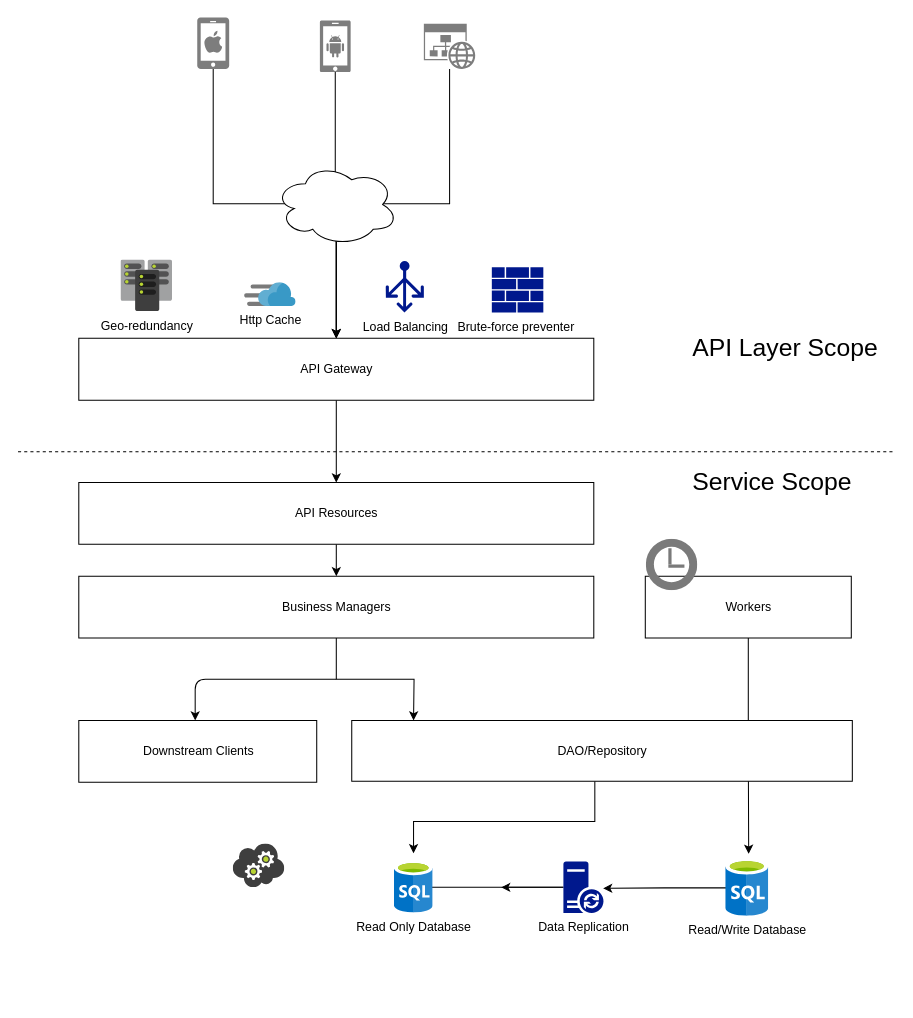
The draw.io diagram Untitled Diagram.drawio in minaasamaan/exchange-rate-service, before the edit. Source tidied: cells renumbered, new cells numbered last; positions are measured from the earlier drawing's top-left corner, leaving out a move shared by most shapes. Both pictures are drawn from the tidied source at 103%, with x=0, y=0 at pixel (18, 16).
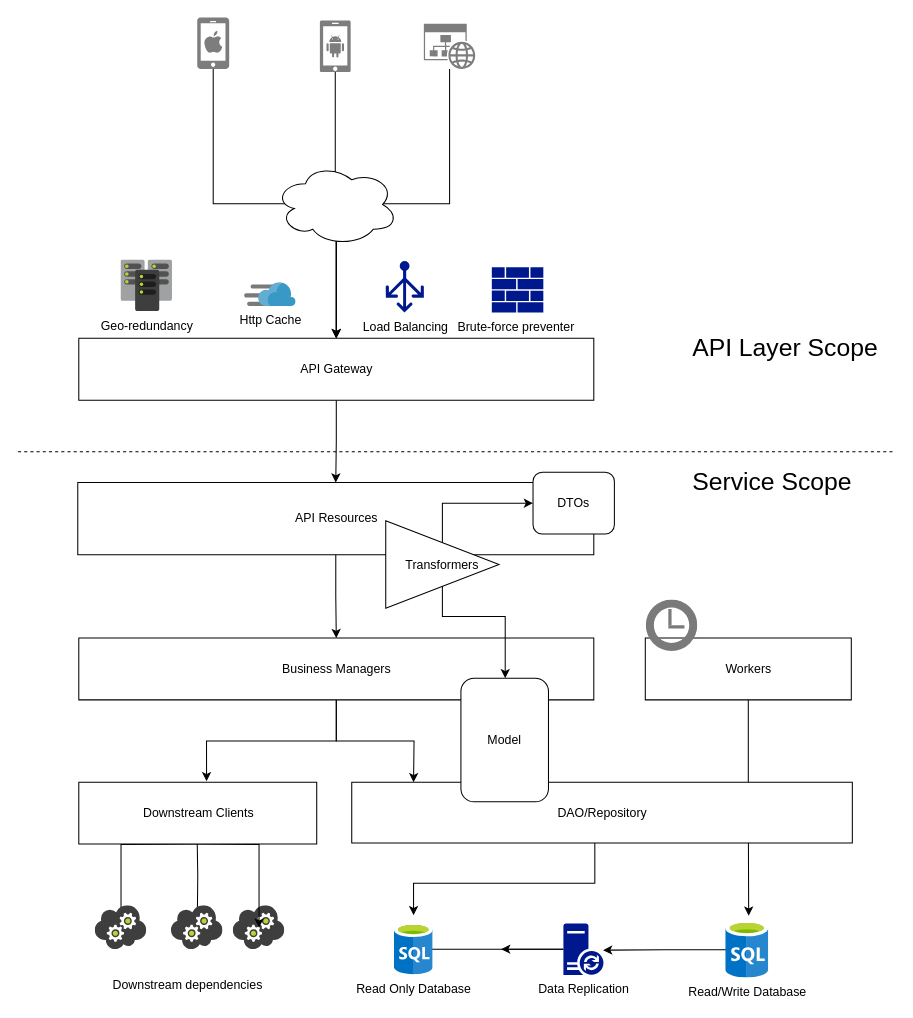
After the change.

Diff of the diagram source:
```diff
@@
     <mxCell id="11" value="API Resources" style="verticalLabelPosition=middle;verticalAlign=middle;html=1;shape=mxgraph.basic.rect;fillColor=#ffffff;fillColor2=none;strokeColor=#000000;strokeWidth=1;size=20;indent=5;labelPosition=center;align=center;" parent="1" vertex="1">
-      <mxGeometry x="59" y="452" width="500" height="60" as="geometry" />
+      <mxGeometry x="58" y="452" width="501" height="70" as="geometry" />
     </mxCell>
     <mxCell id="12" style="edgeStyle=orthogonalEdgeStyle;rounded=0;jettySize=auto;html=1;" parent="1" edge="1" source="13">
       <mxGeometry relative="1" as="geometry">
-        <mxPoint x="384" y="683" as="targetPoint" />
+        <mxPoint x="384" y="743" as="targetPoint" />
       </mxGeometry>
     </mxCell>
+    <mxCell id="36" style="edgeStyle=orthogonalEdgeStyle;rounded=0;jettySize=auto;html=1;entryX=0.537;entryY=-0.017;entryDx=0;entryDy=0;entryPerimeter=0;" parent="1" edge="1" source="13" target="25">
+      <mxGeometry relative="1" as="geometry" />
+    </mxCell>
     <mxCell id="13" value="Business Managers" style="verticalLabelPosition=middle;verticalAlign=middle;html=1;shape=mxgraph.basic.rect;fillColor=#ffffff;fillColor2=none;strokeColor=#000000;strokeWidth=1;size=20;indent=5;labelPosition=center;align=center;" parent="1" vertex="1">
-      <mxGeometry x="59" y="543" width="500" height="60" as="geometry" />
+      <mxGeometry x="59" y="603" width="500" height="60" as="geometry" />
     </mxCell>
     <mxCell id="14" style="html=1;perimeter=none;align=center;shadow=0;dashed=0;image;fontSize=12;image=img/lib/mscae/Cloud_Service.svg;" parent="1" vertex="1">
-      <mxGeometry x="209" y="803" width="50" height="42.5" as="geometry" />
+      <mxGeometry x="209" y="863" width="50" height="42.5" as="geometry" />
     </mxCell>
@@
     <mxCell id="16" value="Read/Write Database" style="html=1;perimeter=none;align=center;shadow=0;dashed=0;image;fontSize=12;image=img/lib/mscae/SQL_Database_generic.svg;" parent="1" vertex="1">
-      <mxGeometry x="687" y="818" width="42" height="55" as="geometry" />
+      <mxGeometry x="687" y="878" width="42" height="55" as="geometry" />
     </mxCell>
@@
     <mxCell id="18" value="Workers" style="verticalLabelPosition=middle;verticalAlign=middle;html=1;shape=mxgraph.basic.rect;fillColor=#ffffff;fillColor2=none;strokeColor=#000000;strokeWidth=1;size=20;indent=5;labelPosition=center;align=center;" parent="1" vertex="1">
-      <mxGeometry x="609" y="543" width="200" height="60" as="geometry" />
+      <mxGeometry x="609" y="603" width="200" height="60" as="geometry" />
     </mxCell>
@@
     <mxCell id="20" style="edgeStyle=orthogonalEdgeStyle;rounded=0;jettySize=auto;html=1;" parent="1" edge="1" source="21">
       <mxGeometry relative="1" as="geometry">
-        <mxPoint x="469" y="845" as="targetPoint" />
+        <mxPoint x="469" y="905" as="targetPoint" />
       </mxGeometry>
     </mxCell>
     <mxCell id="21" value="Data Replication" style="shadow=0;dashed=0;html=1;strokeColor=none;labelPosition=center;verticalLabelPosition=bottom;verticalAlign=top;align=center;shape=mxgraph.mscae.enterprise.database_synchronization;fillColor=#00188D;" parent="1" vertex="1">
-      <mxGeometry x="529.5" y="820" width="39" height="50" as="geometry" />
+      <mxGeometry x="529.5" y="880" width="39" height="50" as="geometry" />
     </mxCell>
     <mxCell id="22" value="Read Only Database" style="html=1;perimeter=none;align=center;shadow=0;dashed=0;image;fontSize=12;image=img/lib/mscae/SQL_Database_generic.svg;" parent="1" vertex="1">
-      <mxGeometry x="365.5" y="820" width="37.5" height="50" as="geometry" />
+      <mxGeometry x="365.5" y="880" width="37.5" height="50" as="geometry" />
     </mxCell>
     <mxCell id="23" style="edgeStyle=orthogonalEdgeStyle;rounded=0;jettySize=auto;html=1;" parent="1" edge="1" source="24">
       <mxGeometry relative="1" as="geometry">
-        <mxPoint x="384" y="812" as="targetPoint" />
+        <mxPoint x="384" y="872" as="targetPoint" />
         <Array as="points">
-          <mxPoint x="560" y="781" />
-          <mxPoint x="384" y="781" />
+          <mxPoint x="560" y="841" />
+          <mxPoint x="384" y="841" />
         </Array>
       </mxGeometry>
     </mxCell>
     <mxCell id="24" value="DAO/Repository" style="verticalLabelPosition=middle;verticalAlign=middle;html=1;shape=mxgraph.basic.rect;fillColor=#ffffff;fillColor2=none;strokeColor=#000000;strokeWidth=1;size=20;indent=5;labelPosition=center;align=center;" parent="1" vertex="1">
-      <mxGeometry x="324" y="683" width="486" height="59" as="geometry" />
+      <mxGeometry x="324" y="743" width="486" height="59" as="geometry" />
     </mxCell>
+    <mxCell id="37" style="edgeStyle=orthogonalEdgeStyle;rounded=0;jettySize=auto;html=1;entryX=0.25;entryY=0;entryDx=0;entryDy=0;" parent="1" edge="1" target="14">
+      <mxGeometry relative="1" as="geometry">
+        <mxPoint x="174" y="803" as="sourcePoint" />
+      </mxGeometry>
+    </mxCell>
+    <mxCell id="38" style="edgeStyle=orthogonalEdgeStyle;rounded=0;jettySize=auto;html=1;" parent="1" edge="1" target="41">
+      <mxGeometry relative="1" as="geometry">
+        <mxPoint x="174" y="803" as="sourcePoint" />
+      </mxGeometry>
+    </mxCell>
+    <mxCell id="39" style="edgeStyle=orthogonalEdgeStyle;rounded=0;jettySize=auto;html=1;" parent="1" edge="1" target="40">
+      <mxGeometry relative="1" as="geometry">
+        <mxPoint x="174" y="803" as="sourcePoint" />
+      </mxGeometry>
+    </mxCell>
     <mxCell id="25" value="Downstream Clients" style="verticalLabelPosition=middle;verticalAlign=middle;html=1;shape=mxgraph.basic.rect;fillColor=#ffffff;fillColor2=none;strokeColor=#000000;strokeWidth=1;size=20;indent=5;labelPosition=center;align=center;" parent="1" vertex="1">
-      <mxGeometry x="59" y="683" width="231" height="60" as="geometry" />
+      <mxGeometry x="59" y="743" width="231" height="60" as="geometry" />
     </mxCell>
-    <mxCell id="26" style="endArrow=classic;html=1;" parent="1" edge="1">
-      <mxGeometry relative="1" as="geometry">
-        <mxPoint x="309" y="643" as="sourcePoint" />
-        <mxPoint x="172" y="683" as="targetPoint" />
-        <Array as="points">
-          <mxPoint x="172" y="643" />
-        </Array>
-      </mxGeometry>
-    </mxCell>
@@
     <mxCell id="31" style="html=1;perimeter=none;align=center;shadow=0;dashed=0;image;fontSize=12;image=img/lib/mscae/Postpone.svg;" parent="1" vertex="1">
-      <mxGeometry x="610" y="507" width="50" height="50" as="geometry" />
+      <mxGeometry x="610" y="566" width="50" height="50" as="geometry" />
     </mxCell>
@@
+    <mxCell id="40" style="html=1;perimeter=none;align=center;shadow=0;dashed=0;image;fontSize=12;image=img/lib/mscae/Cloud_Service.svg;" parent="1" vertex="1">
+      <mxGeometry x="149" y="863" width="50" height="42.5" as="geometry" />
+    </mxCell>
+    <mxCell id="41" style="html=1;perimeter=none;align=center;shadow=0;dashed=0;image;fontSize=12;image=img/lib/mscae/Cloud_Service.svg;" parent="1" vertex="1">
+      <mxGeometry x="75" y="863" width="50" height="42.5" as="geometry" />
+    </mxCell>
+    <mxCell id="42" value="Downstream dependencies" style="text;html=1;strokeColor=none;fillColor=none;align=center;verticalAlign=middle;whiteSpace=wrap;rounded=0;" parent="1" vertex="1">
+      <mxGeometry x="80" y="930" width="170" height="20" as="geometry" />
+    </mxCell>
+    <mxCell id="43" value="Model" style="rounded=1;whiteSpace=wrap;html=1;" parent="1" vertex="1">
+      <mxGeometry x="430" y="642" width="85" height="120" as="geometry" />
+    </mxCell>
+    <mxCell id="44" style="edgeStyle=orthogonalEdgeStyle;rounded=0;jettySize=auto;html=1;" parent="1" edge="1" source="46" target="43">
+      <mxGeometry relative="1" as="geometry">
+        <Array as="points">
+          <mxPoint x="412" y="582" />
+          <mxPoint x="473" y="582" />
+        </Array>
+      </mxGeometry>
+    </mxCell>
+    <mxCell id="45" style="edgeStyle=orthogonalEdgeStyle;rounded=0;jettySize=auto;html=1;entryX=0;entryY=0.5;entryDx=0;entryDy=0;" parent="1" edge="1" source="46" target="47">
+      <mxGeometry relative="1" as="geometry">
+        <Array as="points">
+          <mxPoint x="412" y="472" />
+        </Array>
+      </mxGeometry>
+    </mxCell>
+    <mxCell id="46" value="Transformers" style="triangle;whiteSpace=wrap;html=1;labelPosition=center;verticalLabelPosition=middle;align=center;verticalAlign=middle;" parent="1" vertex="1">
+      <mxGeometry x="357" y="489" width="110" height="85" as="geometry" />
+    </mxCell>
+    <mxCell id="47" value="DTOs" style="rounded=1;whiteSpace=wrap;html=1;" parent="1" vertex="1">
+      <mxGeometry x="500" y="442" width="79" height="60" as="geometry" />
+    </mxCell>
```
